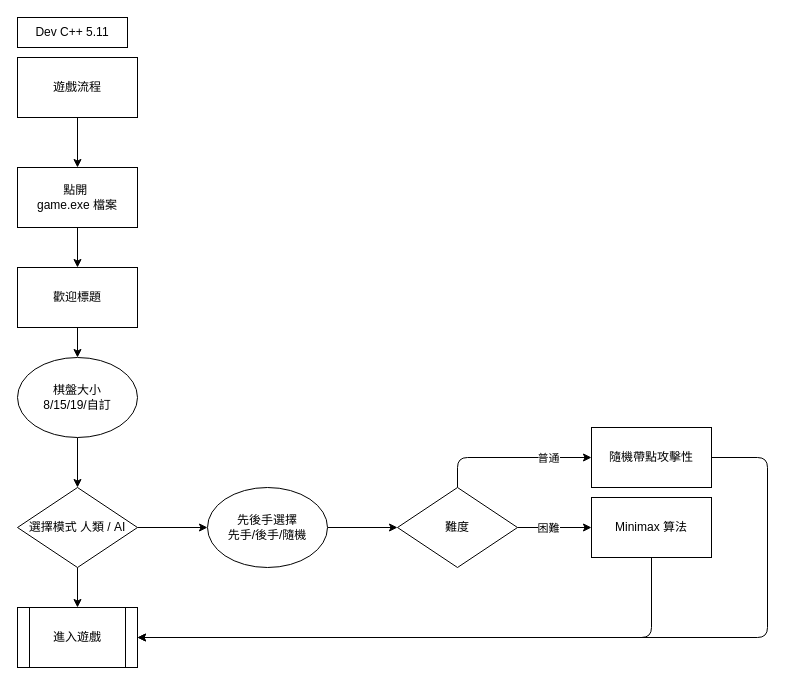
This is page "主程式流程" (1 of 5) of 計劃書.drawio from 114CodingNUTC/C_project_first_Exam, a draw.io file, before an edit. Source tidied: cells renumbered, new cells numbered last; positions are measured from the earlier drawing's top-left corner, leaving out a move shared by most shapes. Both pictures are drawn from the tidied source at 100%, with x=0, y=0 at pixel (17, 17).
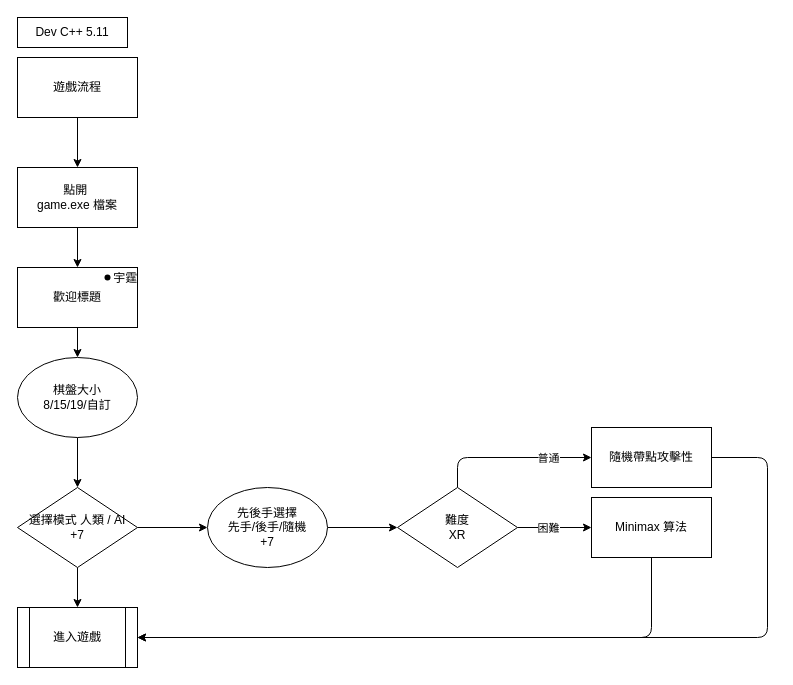
The same diagram, later.

Unchanged cells that the change refers to:
```xml
<mxCell id="8" value="歡迎標題" style="rounded=0;whiteSpace=wrap;html=1;" parent="1" vertex="1">
  <mxGeometry y="250" width="120" height="60" as="geometry" />
</mxCell>
```

Diff of the diagram source:
```diff
@@
+    <mxCell id="26" style="edgeStyle=none;html=1;" parent="1" edge="1" source="8" target="27">
+      <mxGeometry relative="1" as="geometry" />
+    </mxCell>
@@
-    <mxCell id="11" value="選擇模式 人類 / AI" style="rhombus;whiteSpace=wrap;html=1;" parent="1" vertex="1">
+    <mxCell id="11" value="選擇模式 人類 / AI&lt;div&gt;+7&lt;/div&gt;" style="rhombus;whiteSpace=wrap;html=1;" parent="1" vertex="1">
       <mxGeometry y="470" width="120" height="80" as="geometry" />
     </mxCell>
@@
-    <mxCell id="16" value="難度" style="rhombus;whiteSpace=wrap;html=1;" parent="1" vertex="1">
+    <mxCell id="16" value="難度&lt;div&gt;XR&lt;/div&gt;" style="rhombus;whiteSpace=wrap;html=1;" parent="1" vertex="1">
       <mxGeometry x="380" y="470" width="120" height="80" as="geometry" />
     </mxCell>
@@
-    <mxCell id="22" value="先後手選擇&lt;div&gt;先手/後手/隨機&lt;/div&gt;" style="ellipse;whiteSpace=wrap;html=1;" parent="1" vertex="1">
+    <mxCell id="22" value="先後手選擇&lt;div&gt;先手/後手/隨機&lt;/div&gt;&lt;div&gt;+7&lt;/div&gt;" style="ellipse;whiteSpace=wrap;html=1;" parent="1" vertex="1">
       <mxGeometry x="190" y="470" width="120" height="80" as="geometry" />
     </mxCell>
@@
+    <mxCell id="27" value="           宇霆" style="shape=waypoint;sketch=0;size=6;points=[];fillColor=default;perimeter=centerPerimeter;snapToPoint=1;rounded=0;" parent="1" vertex="1">
+      <mxGeometry x="80" y="250" width="20" height="20" as="geometry" />
+    </mxCell>
```
